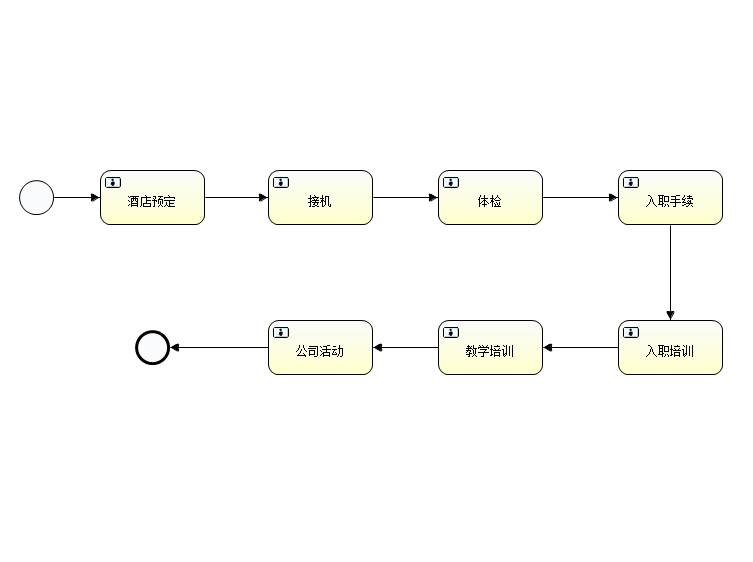
This is resource/deployments/induction.png from taozhaoping/outsourcing, a BPMN export, as it was before one commit. Its source is kept beside it as resource/deployments/induction.bpmn. Ids are renumbered. Its diagram source:
```xml
<definitions xmlns="http://www.omg.org/spec/BPMN/20100524/MODEL" xmlns:xsi="http://www.w3.org/2001/XMLSchema-instance" xmlns:xsd="http://www.w3.org/2001/XMLSchema" xmlns:activiti="http://activiti.org/bpmn" xmlns:bpmndi="http://www.omg.org/spec/BPMN/20100524/DI" xmlns:omgdc="http://www.omg.org/spec/DD/20100524/DC" xmlns:omgdi="http://www.omg.org/spec/DD/20100524/DI" typeLanguage="http://www.w3.org/2001/XMLSchema" expressionLanguage="http://www.w3.org/1999/XPath" targetNamespace="http://www.activiti.org/workflow/induction">
  <process id="induction" name="外教入职流程" isExecutable="true">
    <startEvent id="startevent1" name="Start"></startEvent>
    <endEvent id="endevent1" name="End"></endEvent>
    <userTask id="UT_JJi" name="接机"></userTask>
    <userTask id="UT_JXPXun" name="教学培训"></userTask>
    <userTask id="UT_RZSXu" name="入职手续"></userTask>
    <userTask id="UT_GSHDong" name="公司活动"></userTask>
    <userTask id="UT_JDYDing" name="酒店预定"></userTask>
    <userTask id="UT_TJian" name="体检"></userTask>
    <userTask id="UT_RZPXun" name="入职培训"></userTask>
    <sequenceFlow id="flow1" sourceRef="startevent1" targetRef="UT_JDYDing"></sequenceFlow>
    <sequenceFlow id="flow2" sourceRef="UT_JDYDing" targetRef="UT_JJi"></sequenceFlow>
    <sequenceFlow id="flow3" sourceRef="UT_JJi" targetRef="UT_TJian"></sequenceFlow>
    <sequenceFlow id="flow4" sourceRef="UT_TJian" targetRef="UT_RZSXu"></sequenceFlow>
    <sequenceFlow id="flow5" sourceRef="UT_RZSXu" targetRef="UT_RZPXun"></sequenceFlow>
    <sequenceFlow id="flow6" sourceRef="UT_RZPXun" targetRef="UT_JXPXun"></sequenceFlow>
    <sequenceFlow id="flow7" sourceRef="UT_JXPXun" targetRef="UT_GSHDong"></sequenceFlow>
    <sequenceFlow id="flow8" sourceRef="UT_GSHDong" targetRef="endevent1"></sequenceFlow>
  </process>
  <bpmndi:BPMNDiagram id="BPMNDiagram_induction">
    <bpmndi:BPMNPlane bpmnElement="induction" id="BPMNPlane_induction">
      <bpmndi:BPMNShape bpmnElement="startevent1" id="BPMNShape_startevent1">
        <omgdc:Bounds height="35.0" width="35.0" x="19.0" y="180.0"></omgdc:Bounds>
      </bpmndi:BPMNShape>
      <bpmndi:BPMNShape bpmnElement="endevent1" id="BPMNShape_endevent1">
        <omgdc:Bounds height="35.0" width="35.0" x="135.0" y="330.0"></omgdc:Bounds>
      </bpmndi:BPMNShape>
      <bpmndi:BPMNShape bpmnElement="UT_JJi" id="BPMNShape_UT_JJi">
        <omgdc:Bounds height="55.0" width="105.0" x="268.0" y="170.0"></omgdc:Bounds>
      </bpmndi:BPMNShape>
      <bpmndi:BPMNShape bpmnElement="UT_JXPXun" id="BPMNShape_UT_JXPXun">
        <omgdc:Bounds height="55.0" width="105.0" x="438.0" y="320.0"></omgdc:Bounds>
      </bpmndi:BPMNShape>
      <bpmndi:BPMNShape bpmnElement="UT_RZSXu" id="BPMNShape_UT_RZSXu">
        <omgdc:Bounds height="55.0" width="105.0" x="618.0" y="170.0"></omgdc:Bounds>
      </bpmndi:BPMNShape>
      <bpmndi:BPMNShape bpmnElement="UT_GSHDong" id="BPMNShape_UT_GSHDong">
        <omgdc:Bounds height="55.0" width="105.0" x="268.0" y="320.0"></omgdc:Bounds>
      </bpmndi:BPMNShape>
      <bpmndi:BPMNShape bpmnElement="UT_JDYDing" id="BPMNShape_UT_JDYDing">
        <omgdc:Bounds height="55.0" width="105.0" x="100.0" y="170.0"></omgdc:Bounds>
      </bpmndi:BPMNShape>
      <bpmndi:BPMNShape bpmnElement="UT_TJian" id="BPMNShape_UT_TJian">
        <omgdc:Bounds height="55.0" width="105.0" x="438.0" y="170.0"></omgdc:Bounds>
      </bpmndi:BPMNShape>
      <bpmndi:BPMNShape bpmnElement="UT_RZPXun" id="BPMNShape_UT_RZPXun">
        <omgdc:Bounds height="55.0" width="105.0" x="618.0" y="320.0"></omgdc:Bounds>
      </bpmndi:BPMNShape>
      <bpmndi:BPMNEdge bpmnElement="flow1" id="BPMNEdge_flow1">
        <omgdi:waypoint x="54.0" y="197.0"></omgdi:waypoint>
        <omgdi:waypoint x="100.0" y="197.0"></omgdi:waypoint>
      </bpmndi:BPMNEdge>
      <bpmndi:BPMNEdge bpmnElement="flow2" id="BPMNEdge_flow2">
        <omgdi:waypoint x="205.0" y="197.0"></omgdi:waypoint>
        <omgdi:waypoint x="268.0" y="197.0"></omgdi:waypoint>
      </bpmndi:BPMNEdge>
      <bpmndi:BPMNEdge bpmnElement="flow3" id="BPMNEdge_flow3">
        <omgdi:waypoint x="373.0" y="197.0"></omgdi:waypoint>
        <omgdi:waypoint x="438.0" y="197.0"></omgdi:waypoint>
      </bpmndi:BPMNEdge>
      <bpmndi:BPMNEdge bpmnElement="flow4" id="BPMNEdge_flow4">
        <omgdi:waypoint x="543.0" y="197.0"></omgdi:waypoint>
        <omgdi:waypoint x="618.0" y="197.0"></omgdi:waypoint>
      </bpmndi:BPMNEdge>
      <bpmndi:BPMNEdge bpmnElement="flow5" id="BPMNEdge_flow5">
        <omgdi:waypoint x="670.0" y="225.0"></omgdi:waypoint>
        <omgdi:waypoint x="670.0" y="320.0"></omgdi:waypoint>
      </bpmndi:BPMNEdge>
      <bpmndi:BPMNEdge bpmnElement="flow6" id="BPMNEdge_flow6">
        <omgdi:waypoint x="618.0" y="347.0"></omgdi:waypoint>
        <omgdi:waypoint x="543.0" y="347.0"></omgdi:waypoint>
      </bpmndi:BPMNEdge>
      <bpmndi:BPMNEdge bpmnElement="flow7" id="BPMNEdge_flow7">
        <omgdi:waypoint x="438.0" y="347.0"></omgdi:waypoint>
        <omgdi:waypoint x="373.0" y="347.0"></omgdi:waypoint>
      </bpmndi:BPMNEdge>
      <bpmndi:BPMNEdge bpmnElement="flow8" id="BPMNEdge_flow8">
        <omgdi:waypoint x="268.0" y="347.0"></omgdi:waypoint>
        <omgdi:waypoint x="170.0" y="347.0"></omgdi:waypoint>
      </bpmndi:BPMNEdge>
    </bpmndi:BPMNPlane>
  </bpmndi:BPMNDiagram>
</definitions>
```
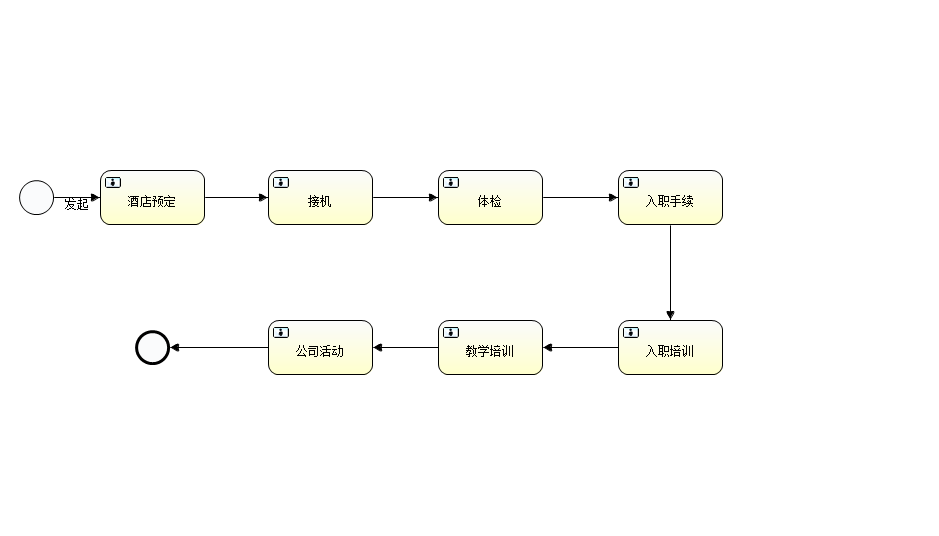
The same file after the commit.

What changed in the source:
```diff
@@ -9,7 +9,7 @@
     <userTask id="UT_JDYDing" name="酒店预定"></userTask>
     <userTask id="UT_TJian" name="体检"></userTask>
     <userTask id="UT_RZPXun" name="入职培训"></userTask>
-    <sequenceFlow id="flow1" sourceRef="startevent1" targetRef="UT_JDYDing"></sequenceFlow>
+    <sequenceFlow id="flow1" name="发起" sourceRef="startevent1" targetRef="UT_JDYDing"></sequenceFlow>
     <sequenceFlow id="flow2" sourceRef="UT_JDYDing" targetRef="UT_JJi"></sequenceFlow>
     <sequenceFlow id="flow3" sourceRef="UT_JJi" targetRef="UT_TJian"></sequenceFlow>
     <sequenceFlow id="flow4" sourceRef="UT_TJian" targetRef="UT_RZSXu"></sequenceFlow>
@@ -50,6 +50,9 @@
       <bpmndi:BPMNEdge bpmnElement="flow1" id="BPMNEdge_flow1">
         <omgdi:waypoint x="54.0" y="197.0"></omgdi:waypoint>
         <omgdi:waypoint x="100.0" y="197.0"></omgdi:waypoint>
+        <bpmndi:BPMNLabel>
+          <omgdc:Bounds height="14.0" width="100.0" x="64.0" y="197.0"></omgdc:Bounds>
+        </bpmndi:BPMNLabel>
       </bpmndi:BPMNEdge>
       <bpmndi:BPMNEdge bpmnElement="flow2" id="BPMNEdge_flow2">
         <omgdi:waypoint x="205.0" y="197.0"></omgdi:waypoint>
```
